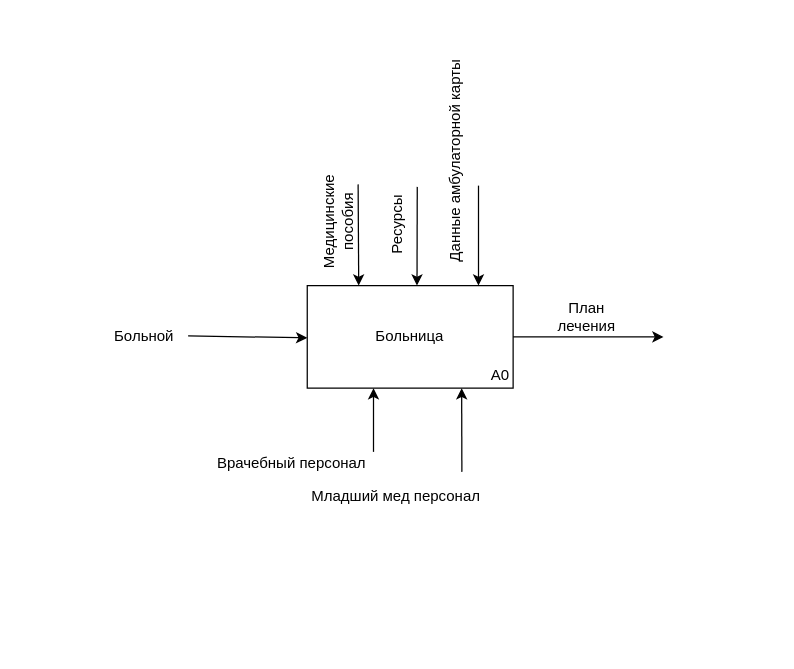
Earlier version of the draw.io diagram page "as-is context" (2 of 10) of dz/IDEF0.drawio (FackOff25/monitorings). Source tidied: cells renumbered, new cells numbered last; positions are measured from the earlier drawing's top-left corner, leaving out a move shared by most shapes. Both pictures are drawn from the tidied source at 125%, with x=0, y=0 at pixel (100, 148).
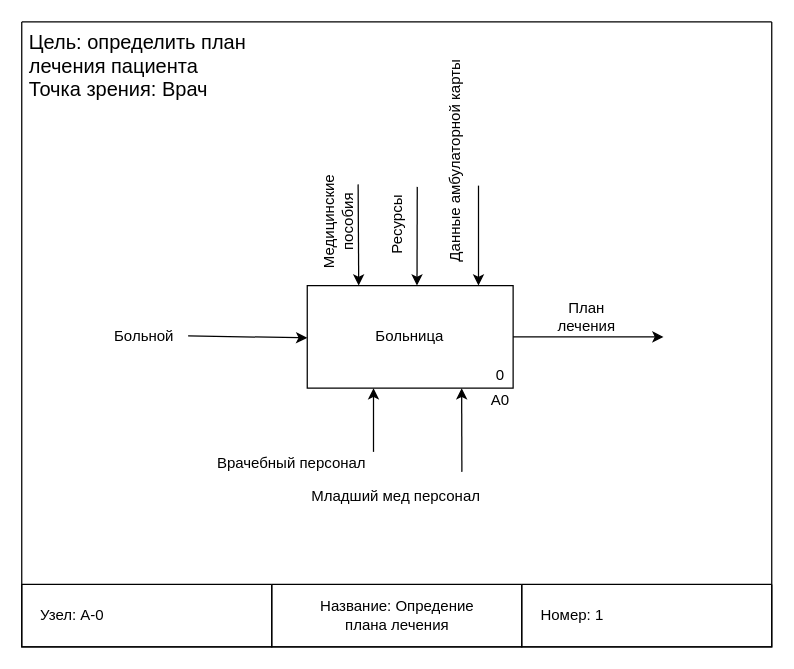
The same page after the edit.

Change to the diagram source:
```diff
@@
-    <mxCell id="15" value="A0" style="text;html=1;strokeColor=none;fillColor=none;align=center;verticalAlign=middle;whiteSpace=wrap;rounded=0;" parent="1" vertex="1">
+    <mxCell id="15" value="0" style="text;html=1;strokeColor=none;fillColor=none;align=center;verticalAlign=middle;whiteSpace=wrap;rounded=0;" parent="1" vertex="1">
       <mxGeometry x="310" y="172" width="20" height="20" as="geometry" />
     </mxCell>
@@
+    <mxCell id="18" value="A0" style="text;html=1;strokeColor=none;fillColor=none;align=center;verticalAlign=middle;whiteSpace=wrap;rounded=0;" parent="1" vertex="1">
+      <mxGeometry x="310" y="192" width="20" height="20" as="geometry" />
+    </mxCell>
+    <mxCell id="19" style="swimlane;startSize=0;" parent="1" vertex="1">
+      <mxGeometry x="-63.1" y="-101" width="600" height="500" as="geometry" />
+    </mxCell>
+    <mxCell id="20" value="&lt;div&gt;&lt;font style=&quot;font-size: 16px;&quot;&gt;Цель: определить план лечения пациента&lt;/font&gt;&lt;/div&gt;&lt;div&gt;&lt;font style=&quot;font-size: 16px;&quot;&gt;Точка зрения: Врач&lt;font&gt;&lt;br&gt;&lt;/font&gt;&lt;/font&gt;&lt;/div&gt;" style="text;strokeColor=none;fillColor=none;align=left;verticalAlign=middle;spacingLeft=4;spacingRight=4;overflow=hidden;whiteSpace=wrap;html=1;" parent="19" vertex="1">
+      <mxGeometry width="220" height="70" as="geometry" />
+    </mxCell>
+    <mxCell id="21" style="swimlane;startSize=0;" parent="19" vertex="1">
+      <mxGeometry y="450" width="200" height="50" as="geometry" />
+    </mxCell>
+    <mxCell id="22" value="Узел: A-0" style="text;html=1;align=center;verticalAlign=middle;strokeColor=none;fillColor=none;" parent="21" vertex="1">
+      <mxGeometry y="10" width="80" height="30" as="geometry" />
+    </mxCell>
+    <mxCell id="23" style="swimlane;startSize=0;" parent="19" vertex="1">
+      <mxGeometry x="200" y="450" width="200" height="50" as="geometry" />
+    </mxCell>
+    <mxCell id="24" value="&lt;div&gt;Название: Опредение&lt;/div&gt;&lt;div&gt;плана лечения&lt;/div&gt;" style="text;html=1;align=center;verticalAlign=middle;strokeColor=none;fillColor=none;" parent="23" vertex="1">
+      <mxGeometry x="25.4" y="5" width="150" height="40" as="geometry" />
+    </mxCell>
+    <mxCell id="25" style="swimlane;startSize=0;" parent="19" vertex="1">
+      <mxGeometry x="400" y="450" width="200" height="50" as="geometry" />
+    </mxCell>
+    <mxCell id="26" value="Номер: 1" style="text;html=1;align=center;verticalAlign=middle;strokeColor=none;fillColor=none;" parent="25" vertex="1">
+      <mxGeometry x="5" y="10" width="70" height="30" as="geometry" />
+    </mxCell>
```
